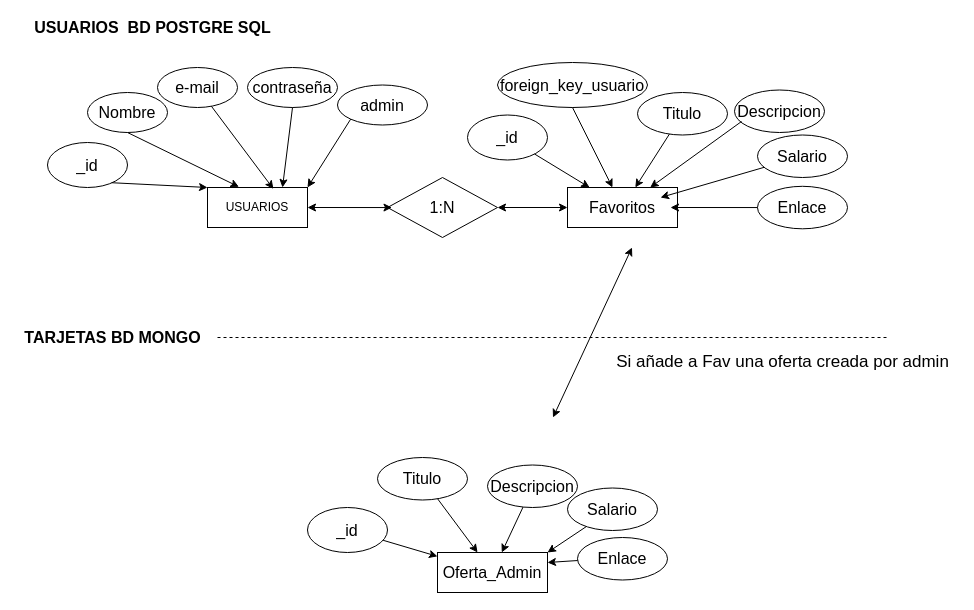
Rurucode/proyecto_freelance_RJF keeps this draw.io diagram as Diagrama_BD/Freelance_Mongo_Sql_Diagrama.drawio. Above is the earlier version. Source tidied: cells renumbered, new cells numbered last; positions are measured from the earlier drawing's top-left corner, leaving out a move shared by most shapes. Both pictures are drawn from the tidied source at 100%, with x=0, y=0 at pixel (17, 17).
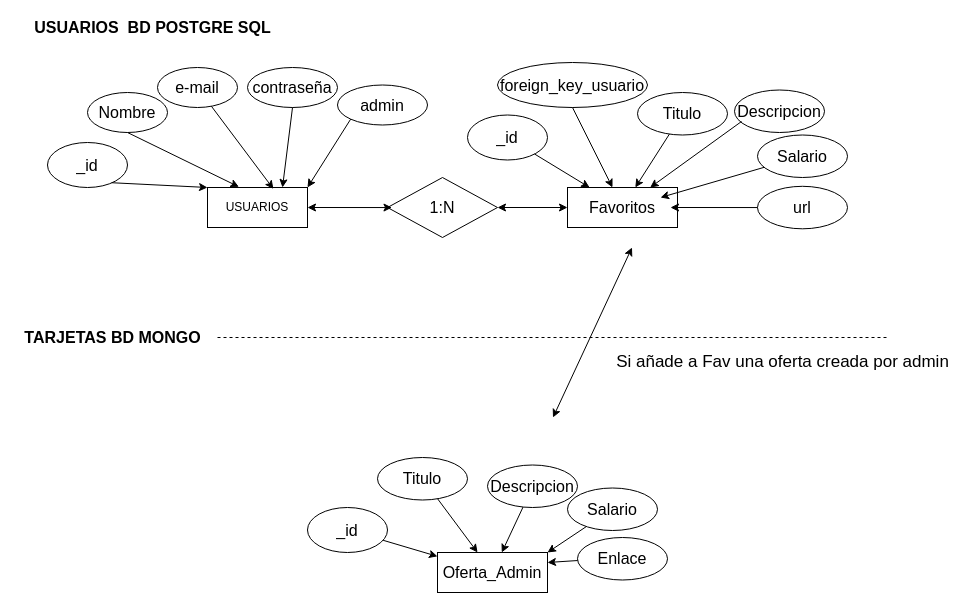
After the change.

Change to the diagram source:
```diff
@@
-    <mxCell id="25" value="Enlace" style="ellipse;whiteSpace=wrap;html=1;fontSize=16;" parent="1" vertex="1">
+    <mxCell id="25" value="url" style="ellipse;whiteSpace=wrap;html=1;fontSize=16;" parent="1" vertex="1">
       <mxGeometry x="740" y="168.8" width="90" height="42.5" as="geometry" />
     </mxCell>
```
